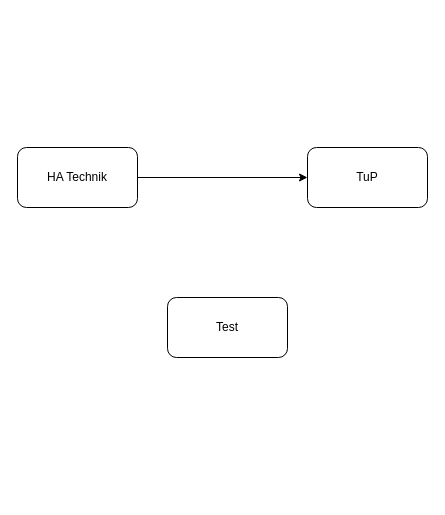
Above: Bachelorarbeit.drawio in Baastel/Grafik_Bachelorarbeit (draw.io), before the change. Source tidied: cells renumbered, new cells numbered last; positions are measured from the earlier drawing's top-left corner, leaving out a move shared by most shapes. Both pictures are drawn from the tidied source at 100%, with x=0, y=0 at pixel (17, 147).
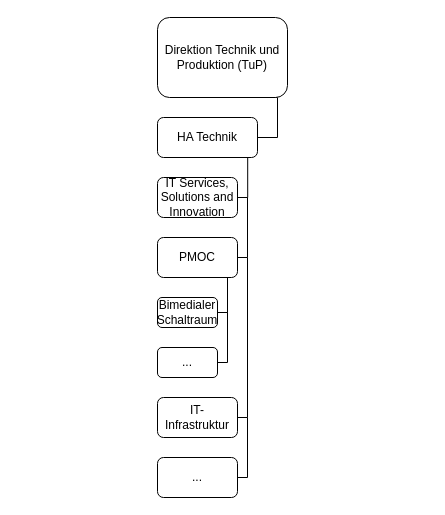
The same diagram, later.

What changed in the source:
```diff
@@
+    <mxCell id="4" style="edgeStyle=orthogonalEdgeStyle;rounded=0;jettySize=auto;html=1;exitX=1;exitY=0.5;exitDx=0;exitDy=0;entryX=0.845;entryY=1.002;entryDx=0;entryDy=0;entryPerimeter=0;endArrow=none;endFill=0;" parent="1" edge="1" source="2" target="3">
+      <mxGeometry relative="1" as="geometry" />
+    </mxCell>
     <mxCell id="2" value="HA Technik" style="rounded=1;whiteSpace=wrap;html=1;" parent="1" vertex="1">
-      <mxGeometry width="120" height="60" as="geometry" />
+      <mxGeometry x="140" y="-30" width="100" height="40" as="geometry" />
     </mxCell>
-    <mxCell id="3" value="TuP" style="rounded=1;whiteSpace=wrap;html=1;" parent="1" vertex="1">
-      <mxGeometry x="290" width="120" height="60" as="geometry" />
+    <mxCell id="3" value="Direktion Technik und Produktion (TuP)" style="rounded=1;whiteSpace=wrap;html=1;" parent="1" vertex="1">
+      <mxGeometry x="140" y="-130" width="130" height="80" as="geometry" />
     </mxCell>
-    <mxCell id="4" style="endArrow=classic;html=1;rounded=0;exitX=1;exitY=0.5;exitDx=0;exitDy=0;entryX=0;entryY=0.5;entryDx=0;entryDy=0;" parent="1" edge="1" source="2" target="3">
-      <mxGeometry relative="1" as="geometry" />
-    </mxCell>
+    <mxCell id="7" style="edgeStyle=orthogonalEdgeStyle;rounded=0;jettySize=auto;html=1;exitX=1;exitY=0.5;exitDx=0;exitDy=0;endArrow=none;endFill=0;" parent="1" edge="1" source="8">
+      <mxGeometry relative="1" as="geometry">
+        <mxPoint x="230" y="50" as="targetPoint" />
+        <Array as="points">
+          <mxPoint x="230" y="110" />
+        </Array>
+      </mxGeometry>
+    </mxCell>
+    <mxCell id="8" value="PMOC" style="rounded=1;whiteSpace=wrap;html=1;" parent="1" vertex="1">
+      <mxGeometry x="140" y="90" width="80" height="40" as="geometry" />
+    </mxCell>
+    <mxCell id="9" value="IT Services, Solutions and Innovation" style="rounded=1;whiteSpace=wrap;html=1;" parent="1" vertex="1">
+      <mxGeometry x="140" y="30" width="80" height="40" as="geometry" />
+    </mxCell>
+    <mxCell id="10" style="edgeStyle=orthogonalEdgeStyle;rounded=0;jettySize=auto;html=1;exitX=1;exitY=0.5;exitDx=0;exitDy=0;endArrow=none;endFill=0;" parent="1" edge="1" source="11">
+      <mxGeometry relative="1" as="geometry">
+        <mxPoint x="230" y="110" as="targetPoint" />
+        <Array as="points">
+          <mxPoint x="230" y="270" />
+        </Array>
+      </mxGeometry>
+    </mxCell>
+    <mxCell id="11" value="IT-Infrastruktur" style="rounded=1;whiteSpace=wrap;html=1;" parent="1" vertex="1">
+      <mxGeometry x="140" y="250" width="80" height="40" as="geometry" />
+    </mxCell>
+    <mxCell id="12" value="Bimedialer Schaltraum" style="rounded=1;whiteSpace=wrap;html=1;" parent="1" vertex="1">
+      <mxGeometry x="140" y="150" width="60" height="30" as="geometry" />
+    </mxCell>
+    <mxCell id="13" value="..." style="rounded=1;whiteSpace=wrap;html=1;" parent="1" vertex="1">
+      <mxGeometry x="140" y="200" width="60" height="30" as="geometry" />
+    </mxCell>
+    <mxCell id="14" style="edgeStyle=orthogonalEdgeStyle;rounded=0;jettySize=auto;html=1;exitX=1;exitY=0.5;exitDx=0;exitDy=0;entryX=0.902;entryY=0.993;entryDx=0;entryDy=0;entryPerimeter=0;endArrow=none;endFill=0;" parent="1" edge="1" source="9" target="2">
+      <mxGeometry relative="1" as="geometry">
+        <Array as="points">
+          <mxPoint x="230" y="50" />
+          <mxPoint x="230" y="10" />
+          <mxPoint x="230" y="10" />
+        </Array>
+      </mxGeometry>
+    </mxCell>
+    <mxCell id="15" style="edgeStyle=orthogonalEdgeStyle;rounded=0;jettySize=auto;html=1;exitX=1;exitY=0.5;exitDx=0;exitDy=0;endArrow=none;endFill=0;" parent="1" edge="1" source="16">
+      <mxGeometry relative="1" as="geometry">
+        <mxPoint x="230" y="270" as="targetPoint" />
+        <Array as="points">
+          <mxPoint x="230" y="330" />
+        </Array>
+      </mxGeometry>
+    </mxCell>
+    <mxCell id="16" value="..." style="rounded=1;whiteSpace=wrap;html=1;" parent="1" vertex="1">
+      <mxGeometry x="140" y="310" width="80" height="40" as="geometry" />
+    </mxCell>
+    <mxCell id="17" style="edgeStyle=orthogonalEdgeStyle;rounded=0;jettySize=auto;html=1;exitX=1;exitY=0.5;exitDx=0;exitDy=0;endArrow=none;endFill=0;entryX=0.875;entryY=1.005;entryDx=0;entryDy=0;entryPerimeter=0;" parent="1" edge="1" source="12" target="8">
+      <mxGeometry relative="1" as="geometry" />
+    </mxCell>
+    <mxCell id="18" style="edgeStyle=orthogonalEdgeStyle;rounded=0;jettySize=auto;html=1;endArrow=none;endFill=0;" parent="1" edge="1" source="13">
+      <mxGeometry relative="1" as="geometry">
+        <mxPoint x="210" y="130" as="targetPoint" />
+        <Array as="points">
+          <mxPoint x="210" y="215" />
+          <mxPoint x="210" y="165" />
+        </Array>
+      </mxGeometry>
+    </mxCell>
@@
-    <mxCell id="6" value="Test" style="rounded=1;whiteSpace=wrap;html=1;" parent="5" vertex="1">
-      <mxGeometry x="150" y="150" width="120" height="60" as="geometry" />
-    </mxCell>
```
